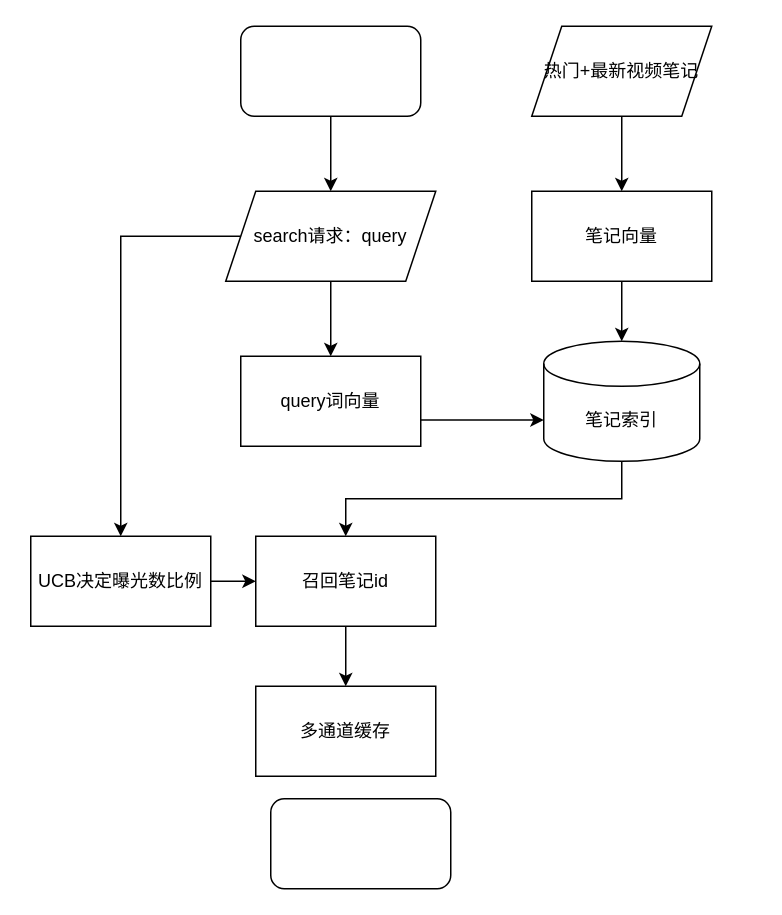
Before: multi_modal.drawio in luoshao23/digram, a draw.io diagram. Source tidied: cells renumbered, new cells numbered last; positions are measured from the earlier drawing's top-left corner, leaving out a move shared by most shapes. Both pictures are drawn from the tidied source at 150%, with x=0, y=0 at pixel (30, 26).
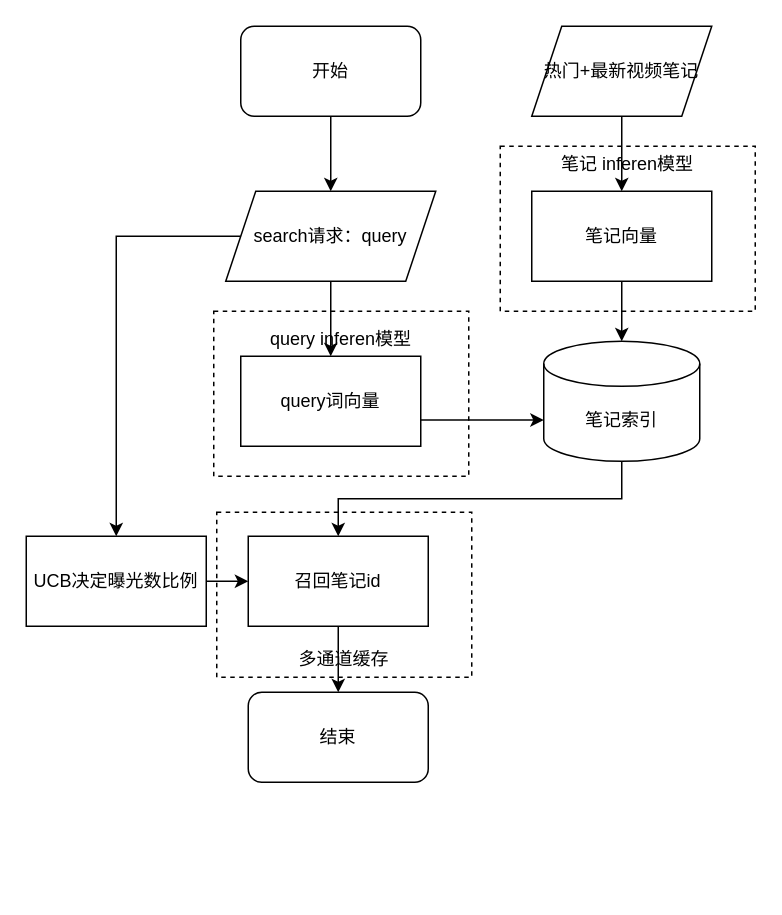
The same page after the edit.

Unchanged cells that the change refers to:
```xml
<mxCell id="6" value="search请求：query" style="shape=parallelogram;perimeter=parallelogramPerimeter;whiteSpace=wrap;html=1;fixedSize=1;" parent="1" vertex="1">
  <mxGeometry x="130" y="110" width="140" height="60" as="geometry" />
</mxCell>
<mxCell id="8" value="query词向量" style="rounded=0;whiteSpace=wrap;html=1;" parent="1" vertex="1">
  <mxGeometry x="140" y="220" width="120" height="60" as="geometry" />
</mxCell>
```

Diff of the diagram source:
```diff
@@
-<mxGraphModel>
+<mxGraphModel background="#FFFFFF">
@@
+    <mxCell id="19" value="&lt;br&gt;&lt;br&gt;&lt;br&gt;&lt;br&gt;&lt;br&gt;&lt;br&gt;多通道缓存" style="rounded=0;whiteSpace=wrap;html=1;dashed=1;" parent="1" vertex="1">
+      <mxGeometry x="124" y="324" width="170" height="110" as="geometry" />
+    </mxCell>
+    <mxCell id="21" value="笔记 inferen模型&lt;br&gt;&lt;br&gt;&lt;br&gt;&lt;br&gt;&lt;br&gt;&lt;br&gt;&lt;br&gt;" style="rounded=0;whiteSpace=wrap;html=1;dashed=1;" parent="1" vertex="1">
+      <mxGeometry x="313" y="80" width="170" height="110" as="geometry" />
+    </mxCell>
+    <mxCell id="22" value="query inferen模型&lt;br&gt;&lt;br&gt;&lt;br&gt;&lt;br&gt;&lt;br&gt;&lt;br&gt;" style="rounded=0;whiteSpace=wrap;html=1;dashed=1;" parent="1" vertex="1">
+      <mxGeometry x="122" y="190" width="170" height="110" as="geometry" />
+    </mxCell>
@@
-    <mxCell id="3" style="rounded=1;whiteSpace=wrap;html=1;" parent="1" vertex="1">
+    <mxCell id="3" value="开始" style="rounded=1;whiteSpace=wrap;html=1;" parent="1" vertex="1">
       <mxGeometry x="140" width="120" height="60" as="geometry" />
     </mxCell>
+    <mxCell id="5" style="edgeStyle=orthogonalEdgeStyle;rounded=0;jettySize=auto;html=1;exitX=0;exitY=0.5;exitDx=0;exitDy=0;entryX=0.5;entryY=0;entryDx=0;entryDy=0;" parent="1" edge="1" source="6" target="18">
+      <mxGeometry relative="1" as="geometry" />
+    </mxCell>
-    <mxCell id="4" style="edgeStyle=orthogonalEdgeStyle;rounded=0;jettySize=auto;html=1;exitX=0.5;exitY=1;exitDx=0;exitDy=0;" parent="1" edge="1" source="6" target="8">
+    <mxCell id="4" style="edgeStyle=orthogonalEdgeStyle;rounded=0;jettySize=auto;html=1;exitX=0.5;exitY=1;exitDx=0;exitDy=0;entryX=0.5;entryY=0;entryDx=0;entryDy=0;" parent="1" edge="1" source="6" target="8">
       <mxGeometry relative="1" as="geometry" />
     </mxCell>
-    <mxCell id="5" style="edgeStyle=orthogonalEdgeStyle;rounded=0;jettySize=auto;html=1;exitX=0;exitY=0.5;exitDx=0;exitDy=0;entryX=0.5;entryY=0;entryDx=0;entryDy=0;" parent="1" edge="1" source="6" target="18">
-      <mxGeometry relative="1" as="geometry" />
-    </mxCell>
@@
-    <mxCell id="15" style="edgeStyle=orthogonalEdgeStyle;rounded=0;jettySize=auto;html=1;entryX=0.5;entryY=0;entryDx=0;entryDy=0;" parent="1" edge="1" source="16" target="19">
-      <mxGeometry relative="1" as="geometry" />
-    </mxCell>
+    <mxCell id="23" style="edgeStyle=orthogonalEdgeStyle;rounded=0;jettySize=auto;html=1;exitX=0.5;exitY=1;exitDx=0;exitDy=0;entryX=0.5;entryY=0;entryDx=0;entryDy=0;" parent="1" edge="1" source="16" target="24">
+      <mxGeometry relative="1" as="geometry" />
+    </mxCell>
     <mxCell id="16" value="召回笔记id" style="rounded=0;whiteSpace=wrap;html=1;" parent="1" vertex="1">
-      <mxGeometry x="150" y="340" width="120" height="60" as="geometry" />
+      <mxGeometry x="145" y="340" width="120" height="60" as="geometry" />
     </mxCell>
@@
     <mxCell id="18" value="UCB决定曝光数比例" style="rounded=0;whiteSpace=wrap;html=1;" parent="1" vertex="1">
-      <mxGeometry y="340" width="120" height="60" as="geometry" />
+      <mxGeometry x="-3" y="340" width="120" height="60" as="geometry" />
     </mxCell>
-    <mxCell id="19" value="多通道缓存" style="rounded=0;whiteSpace=wrap;html=1;" parent="1" vertex="1">
-      <mxGeometry x="150" y="440" width="120" height="60" as="geometry" />
-    </mxCell>
-    <mxCell id="20" style="rounded=1;whiteSpace=wrap;html=1;" parent="1" vertex="1">
-      <mxGeometry x="160" y="515" width="120" height="60" as="geometry" />
-    </mxCell>
+    <mxCell id="24" value="结束" style="rounded=1;whiteSpace=wrap;html=1;" parent="1" vertex="1">
+      <mxGeometry x="145" y="444" width="120" height="60" as="geometry" />
+    </mxCell>
```
